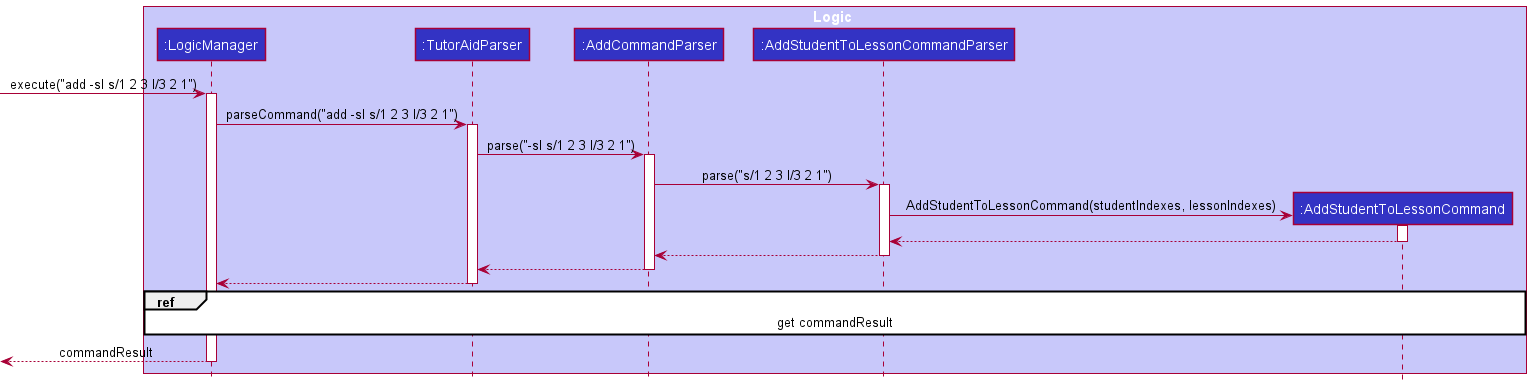
nus-cs2103-AY2122S1/tp keeps this PlantUML diagram as docs/images/ParseAddStudentToLessonCommandSequenceDiagram.png. Above is the earlier version. Its diagram source:
```plantuml
@startuml
!include style.puml

box Logic LOGIC_COLOR_T1
participant ":LogicManager" as LogicManager LOGIC_COLOR
participant ":TutorAidParser" as TutorAidParser LOGIC_COLOR
participant ":AddCommandParser" as AddCommandParser LOGIC_COLOR
participant ":AddStudentToLessonCommandParser" as AddStudentToLessonCommandParser LOGIC_COLOR
participant ":AddStudentToLessonCommand" as AddStudentToLessonCommand LOGIC_COLOR
end box

[-> LogicManager : execute("add -sl s/1 2 3 l/3 2 1")
activate LogicManager

LogicManager -> TutorAidParser : parseCommand("add -sl s/1 2 3 l/3 2 1")
activate TutorAidParser

TutorAidParser -> AddCommandParser : parse("-sl s/1 2 3 l/3 2 1")
activate AddCommandParser

AddCommandParser -> AddStudentToLessonCommandParser : parse("s/1 2 3 l/3 2 1")
activate AddStudentToLessonCommandParser

create AddStudentToLessonCommand
AddStudentToLessonCommandParser -> AddStudentToLessonCommand : AddStudentToLessonCommand(studentIndexes, lessonIndexes)
activate AddStudentToLessonCommand
AddStudentToLessonCommandParser <-- AddStudentToLessonCommand
deactivate AddStudentToLessonCommand

AddCommandParser <-- AddStudentToLessonCommandParser
deactivate AddStudentToLessonCommandParser

TutorAidParser <-- AddCommandParser
deactivate AddCommandParser

LogicManager <-- TutorAidParser
deactivate TutorAidParser

ref over LogicManager, AddStudentToLessonCommand : get commandResult
<-- LogicManager : commandResult
deactivate LogicManager
@enduml
```
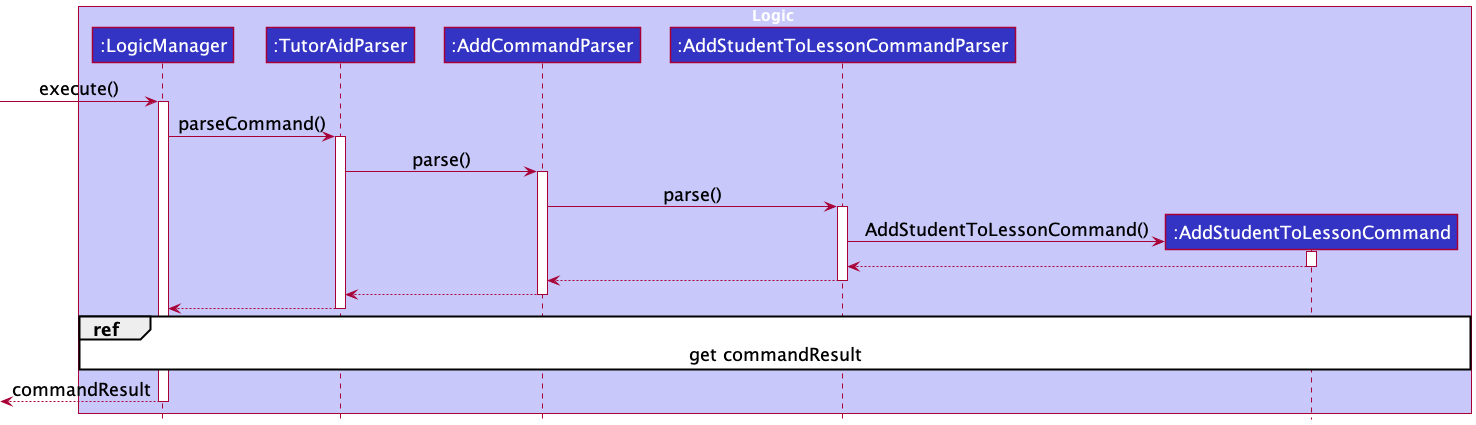
The same file after the commit.

Change to the diagram source:
```diff
@@ -1,5 +1,10 @@
 @startuml
 !include style.puml
+
+skinparam classFontSize 18
+skinparam packageFontSize 18
+skinparam classStereotypeFontSize 18
+skinparam defaultFontSize 18
 
 box Logic LOGIC_COLOR_T1
 participant ":LogicManager" as LogicManager LOGIC_COLOR
@@ -9,20 +14,20 @@
 participant ":AddStudentToLessonCommand" as AddStudentToLessonCommand LOGIC_COLOR
 end box
 
-[-> LogicManager : execute("add -sl s/1 2 3 l/3 2 1")
+[-> LogicManager : execute()
 activate LogicManager
 
-LogicManager -> TutorAidParser : parseCommand("add -sl s/1 2 3 l/3 2 1")
+LogicManager -> TutorAidParser : parseCommand()
 activate TutorAidParser
 
-TutorAidParser -> AddCommandParser : parse("-sl s/1 2 3 l/3 2 1")
+TutorAidParser -> AddCommandParser : parse()
 activate AddCommandParser
 
-AddCommandParser -> AddStudentToLessonCommandParser : parse("s/1 2 3 l/3 2 1")
+AddCommandParser -> AddStudentToLessonCommandParser : parse()
 activate AddStudentToLessonCommandParser
 
 create AddStudentToLessonCommand
-AddStudentToLessonCommandParser -> AddStudentToLessonCommand : AddStudentToLessonCommand(studentIndexes, lessonIndexes)
+AddStudentToLessonCommandParser -> AddStudentToLessonCommand : AddStudentToLessonCommand()
 activate AddStudentToLessonCommand
 AddStudentToLessonCommandParser <-- AddStudentToLessonCommand
 deactivate AddStudentToLessonCommand
```
